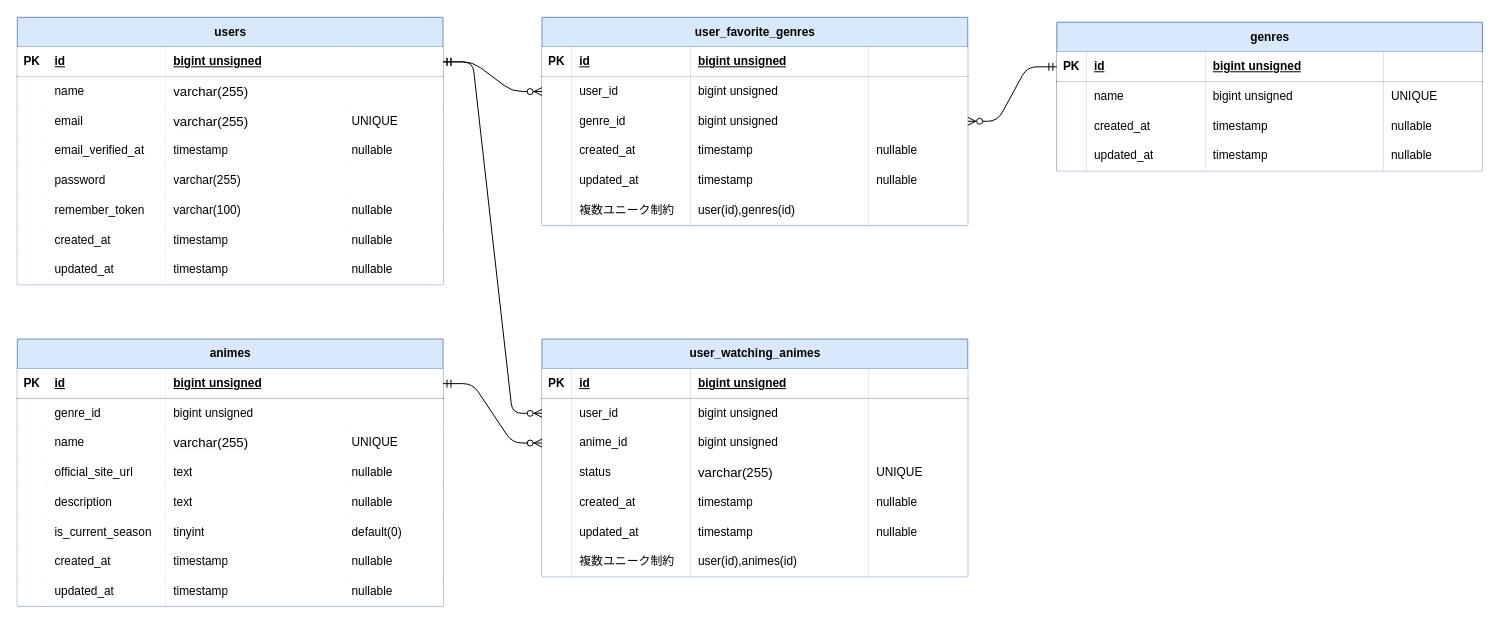
royal-unity/AniShelf keeps this draw.io diagram as ER.drawio. Above is the earlier version. Source tidied: cells renumbered, new cells numbered last; positions are measured from the earlier drawing's top-left corner, leaving out a move shared by most shapes. Both pictures are drawn from the tidied source at 99%, with x=0, y=0 at pixel (17, 17).
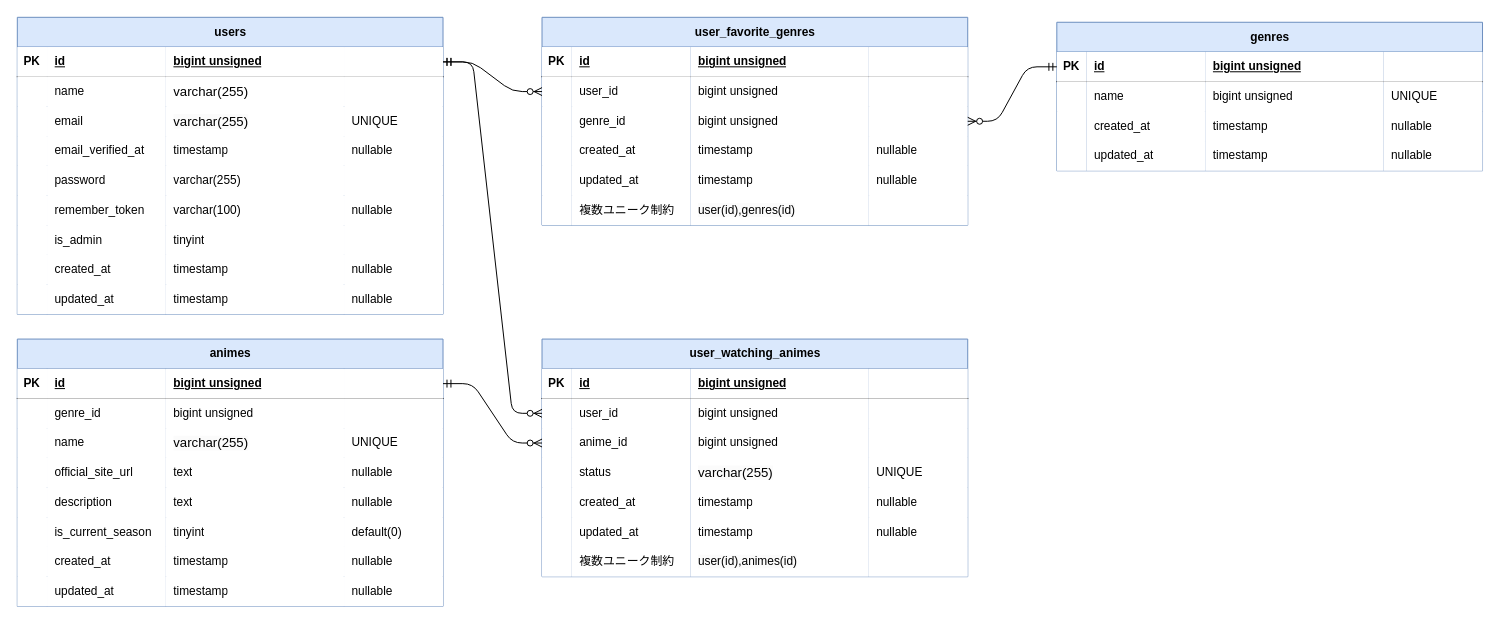
The same diagram, later.

Commit message (it also covers changes not shown here):
READMEの追加と、er図変更

What changed in the source:
```diff
@@
-<mxGraphModel>
+<mxGraphModel background="#FFFFFF">
@@
     <mxCell id="2" value="users" style="shape=table;startSize=30;childLayout=tableLayout;rowLines=0;fontStyle=1;align=center;html=1;fillColor=#dae8fc;strokeColor=#6c8ebf;" parent="1" vertex="1">
-      <mxGeometry width="430" height="270" as="geometry" />
+      <mxGeometry width="430" height="300" as="geometry" />
     </mxCell>
@@
+    <mxCell id="176" style="shape=tableRow;horizontal=0;startSize=0;swimlaneHead=0;swimlaneBody=0;fillColor=none;top=0;left=0;right=0;bottom=0;" parent="2" vertex="1">
+      <mxGeometry y="210" width="430" height="30" as="geometry" />
+    </mxCell>
+    <mxCell id="177" style="shape=partialRectangle;top=0;left=0;bottom=0;right=0;overflow=hidden;whiteSpace=wrap;html=1;" parent="176" vertex="1">
+      <mxGeometry width="30" height="30" as="geometry" />
+    </mxCell>
+    <mxCell id="178" value="is_admin" style="shape=partialRectangle;top=0;left=0;bottom=0;right=0;align=left;spacingLeft=6;overflow=hidden;whiteSpace=wrap;html=1;" parent="176" vertex="1">
+      <mxGeometry x="30" width="120" height="30" as="geometry" />
+    </mxCell>
+    <mxCell id="179" value="tinyint" style="shape=partialRectangle;top=0;left=0;bottom=0;right=0;align=left;spacingLeft=6;overflow=hidden;whiteSpace=wrap;html=1;" parent="176" vertex="1">
+      <mxGeometry x="150" width="180" height="30" as="geometry" />
+    </mxCell>
+    <mxCell id="180" style="shape=partialRectangle;top=0;left=0;bottom=0;right=0;align=left;spacingLeft=6;overflow=hidden;whiteSpace=wrap;html=1;" parent="176" vertex="1">
+      <mxGeometry x="330" width="100" height="30" as="geometry" />
+    </mxCell>
     <mxCell id="33" style="shape=tableRow;horizontal=0;startSize=0;swimlaneHead=0;swimlaneBody=0;fillColor=none;top=0;left=0;right=0;bottom=0;" parent="2" vertex="1">
-      <mxGeometry y="210" width="430" height="30" as="geometry" />
+      <mxGeometry y="240" width="430" height="30" as="geometry" />
     </mxCell>
@@
     <mxCell id="38" style="shape=tableRow;horizontal=0;startSize=0;swimlaneHead=0;swimlaneBody=0;fillColor=none;top=0;left=0;right=0;bottom=0;" parent="2" vertex="1">
-      <mxGeometry y="240" width="430" height="30" as="geometry" />
+      <mxGeometry y="270" width="430" height="30" as="geometry" />
     </mxCell>
```
